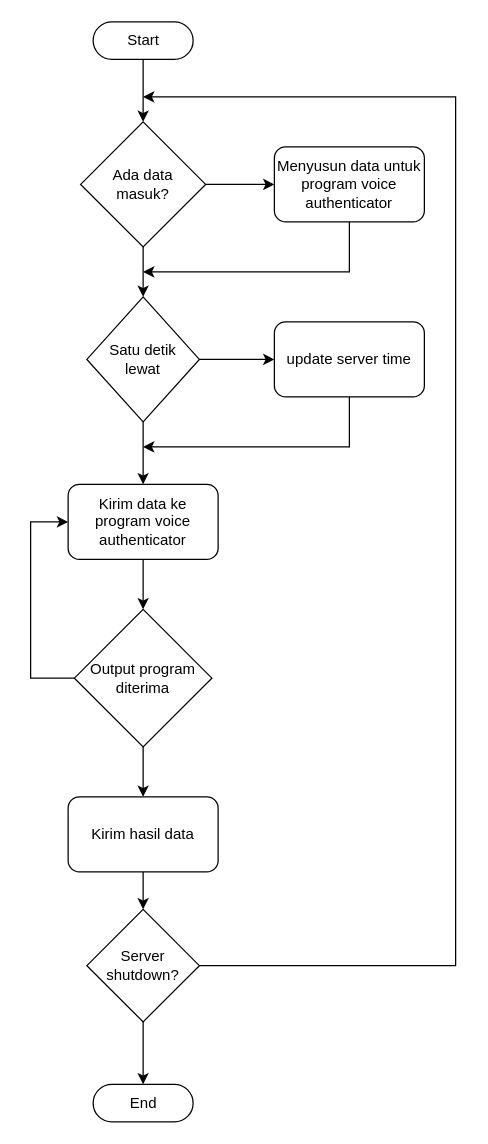
The draw.io diagram Jalan Rancangan.drawio in karageee/Login-system-and-gmm-voice-auth, before the edit. Source tidied: cells renumbered, new cells numbered last; positions are measured from the earlier drawing's top-left corner, leaving out a move shared by most shapes. Both pictures are drawn from the tidied source at 125%, with x=0, y=0 at pixel (30, 21).
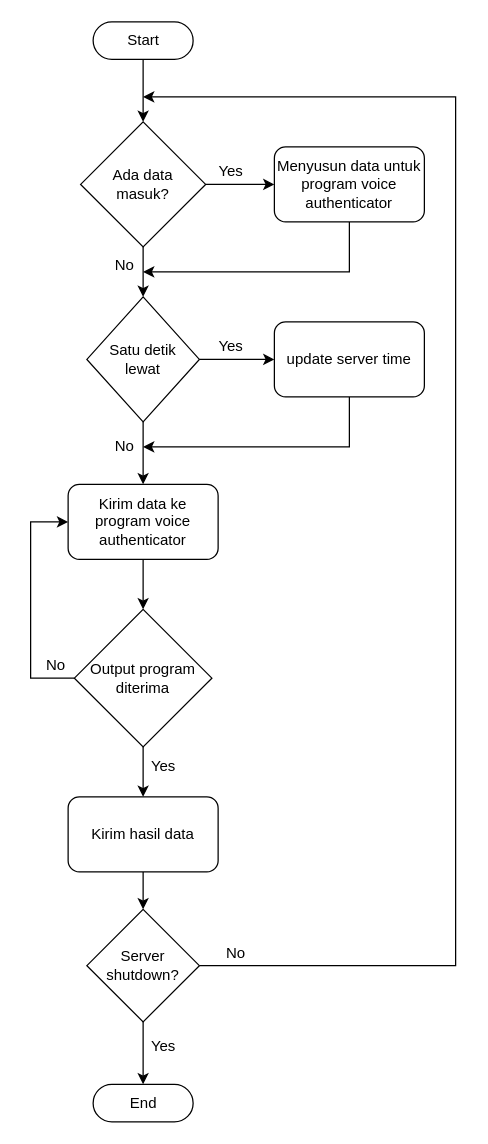
The same diagram, later.

Diff of the diagram source:
```diff
@@
+    <mxCell id="25" value="Yes" style="text;html=1;align=center;verticalAlign=middle;" parent="1" vertex="1">
+      <mxGeometry x="140" y="110" width="40" height="20" as="geometry" />
+    </mxCell>
+    <mxCell id="26" value="No" style="text;html=1;align=center;verticalAlign=middle;" parent="1" vertex="1">
+      <mxGeometry x="60" y="185" width="30" height="20" as="geometry" />
+    </mxCell>
+    <mxCell id="27" value="Yes" style="text;html=1;align=center;verticalAlign=middle;" parent="1" vertex="1">
+      <mxGeometry x="140" y="250" width="40" height="20" as="geometry" />
+    </mxCell>
+    <mxCell id="28" value="No" style="text;html=1;align=center;verticalAlign=middle;" parent="1" vertex="1">
+      <mxGeometry x="60" y="330" width="30" height="20" as="geometry" />
+    </mxCell>
+    <mxCell id="29" value="No" style="text;html=1;align=center;verticalAlign=middle;" parent="1" vertex="1">
+      <mxGeometry x="5" y="505" width="30" height="20" as="geometry" />
+    </mxCell>
+    <mxCell id="30" value="Yes" style="text;html=1;align=center;verticalAlign=middle;" parent="1" vertex="1">
+      <mxGeometry x="86" y="586" width="40" height="20" as="geometry" />
+    </mxCell>
+    <mxCell id="31" value="Yes" style="text;html=1;align=center;verticalAlign=middle;" parent="1" vertex="1">
+      <mxGeometry x="86" y="810" width="40" height="20" as="geometry" />
+    </mxCell>
+    <mxCell id="32" value="No" style="text;html=1;align=center;verticalAlign=middle;" parent="1" vertex="1">
+      <mxGeometry x="149" y="735" width="30" height="20" as="geometry" />
+    </mxCell>
```
